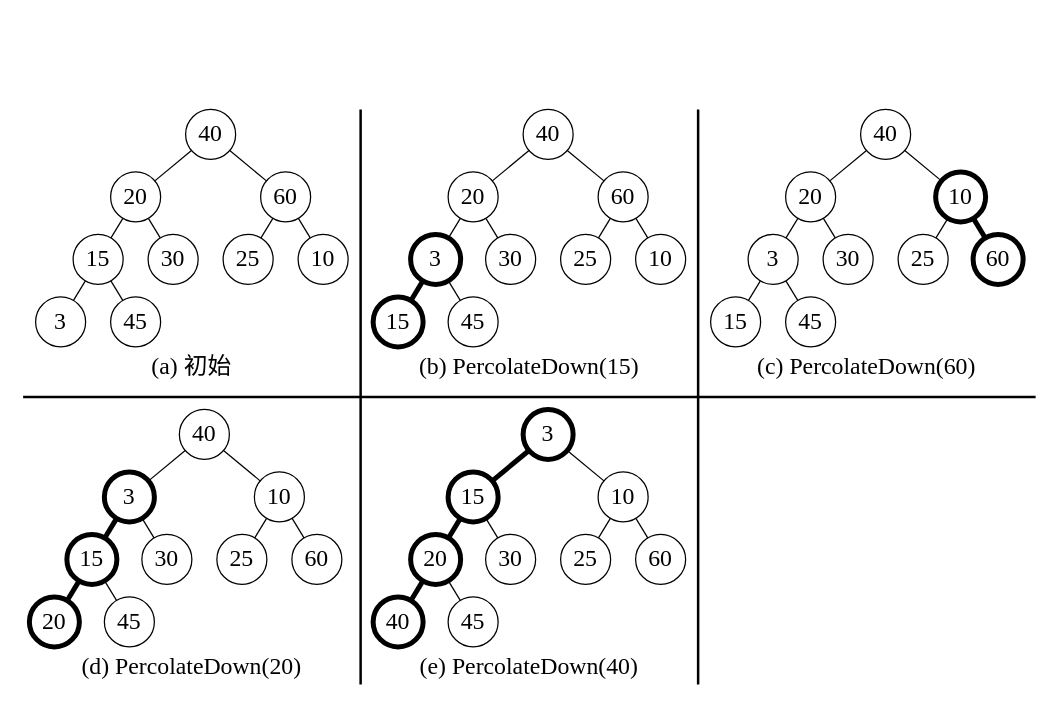
Wankupi/figures keeps this draw.io diagram as 4/4-10.drawio. Above is the earlier version. Source tidied: cells renumbered, new cells numbered last; positions are measured from the earlier drawing's top-left corner, leaving out a move shared by most shapes. Both pictures are drawn from the tidied source at 125%, with x=0, y=0 at pixel (22, 109).
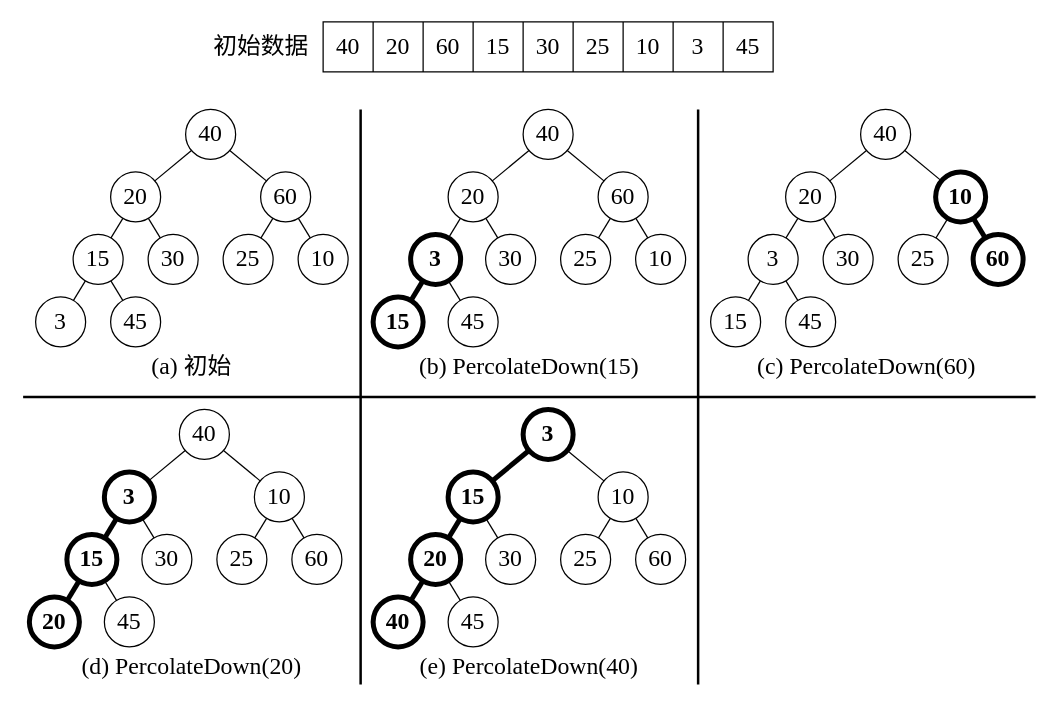
The same page after the edit.

The change refers to these unchanged cells:
```xml
<mxCell id="22" style="group;" parent="21" vertex="1">
  <mxGeometry x="10" width="250" height="190" as="geometry" />
</mxCell>
<mxCell id="41" style="group;" parent="40" vertex="1">
  <mxGeometry x="10" width="250" height="190" as="geometry" />
</mxCell>
<mxCell id="60" style="group;" parent="59" vertex="1">
  <mxGeometry x="5" width="250" height="190" as="geometry" />
</mxCell>
<mxCell id="79" style="group;" parent="78" vertex="1">
  <mxGeometry x="10" width="250" height="190" as="geometry" />
</mxCell>
```

Change to the diagram source:
```diff
@@
-    <mxCell id="28" value="3" style="ellipse;whiteSpace=wrap;html=1;fontFamily=Times New Roman;fontSize=19;strokeWidth=4;" parent="22" vertex="1">
+    <mxCell id="28" value="3" style="ellipse;whiteSpace=wrap;html=1;fontFamily=Times New Roman;fontSize=19;strokeWidth=4;fontStyle=1;" parent="22" vertex="1">
       <mxGeometry x="30" y="100" width="40" height="40" as="geometry" />
     </mxCell>
@@
-    <mxCell id="37" value="15" style="ellipse;whiteSpace=wrap;html=1;fontFamily=Times New Roman;fontSize=19;strokeWidth=4;" parent="22" vertex="1">
+    <mxCell id="37" value="15" style="ellipse;whiteSpace=wrap;html=1;fontFamily=Times New Roman;fontSize=19;strokeWidth=4;fontStyle=1;" parent="22" vertex="1">
       <mxGeometry y="150" width="40" height="40" as="geometry" />
     </mxCell>
@@
-    <mxCell id="45" value="10" style="ellipse;whiteSpace=wrap;html=1;fontFamily=Times New Roman;fontSize=19;strokeWidth=4;" parent="41" vertex="1">
+    <mxCell id="45" value="10" style="ellipse;whiteSpace=wrap;html=1;fontFamily=Times New Roman;fontSize=19;strokeWidth=4;fontStyle=1;" parent="41" vertex="1">
       <mxGeometry x="180" y="50" width="40" height="40" as="geometry" />
     </mxCell>
@@
-    <mxCell id="53" value="60" style="ellipse;whiteSpace=wrap;html=1;fontFamily=Times New Roman;fontSize=19;strokeWidth=4;" parent="41" vertex="1">
+    <mxCell id="53" value="60" style="ellipse;whiteSpace=wrap;html=1;fontFamily=Times New Roman;fontSize=19;strokeWidth=4;fontStyle=1;" parent="41" vertex="1">
       <mxGeometry x="210" y="100" width="40" height="40" as="geometry" />
     </mxCell>
@@
-    <mxCell id="62" value="3" style="ellipse;whiteSpace=wrap;html=1;fontFamily=Times New Roman;fontSize=19;strokeWidth=4;" parent="60" vertex="1">
+    <mxCell id="62" value="3" style="ellipse;whiteSpace=wrap;html=1;fontFamily=Times New Roman;fontSize=19;strokeWidth=4;fontStyle=1;" parent="60" vertex="1">
       <mxGeometry x="60" y="50" width="40" height="40" as="geometry" />
     </mxCell>
@@
-    <mxCell id="66" value="15" style="ellipse;whiteSpace=wrap;html=1;fontFamily=Times New Roman;fontSize=19;strokeWidth=4;" parent="60" vertex="1">
+    <mxCell id="66" value="15" style="ellipse;whiteSpace=wrap;html=1;fontFamily=Times New Roman;fontSize=19;strokeWidth=4;fontStyle=1;" parent="60" vertex="1">
       <mxGeometry x="30" y="100" width="40" height="40" as="geometry" />
     </mxCell>
@@
-    <mxCell id="75" value="20" style="ellipse;whiteSpace=wrap;html=1;fontFamily=Times New Roman;fontSize=19;strokeWidth=4;" parent="60" vertex="1">
+    <mxCell id="75" value="20" style="ellipse;whiteSpace=wrap;html=1;fontFamily=Times New Roman;fontSize=19;strokeWidth=4;fontStyle=1;" parent="60" vertex="1">
       <mxGeometry y="150" width="40" height="40" as="geometry" />
     </mxCell>
@@
-    <mxCell id="80" value="3" style="ellipse;whiteSpace=wrap;html=1;fontFamily=Times New Roman;fontSize=19;strokeWidth=4;" parent="79" vertex="1">
+    <mxCell id="80" value="3" style="ellipse;whiteSpace=wrap;html=1;fontFamily=Times New Roman;fontSize=19;strokeWidth=4;fontStyle=1;" parent="79" vertex="1">
       <mxGeometry x="120" width="40" height="40" as="geometry" />
     </mxCell>
-    <mxCell id="81" value="15" style="ellipse;whiteSpace=wrap;html=1;fontFamily=Times New Roman;fontSize=19;strokeWidth=4;" parent="79" vertex="1">
+    <mxCell id="81" value="15" style="ellipse;whiteSpace=wrap;html=1;fontFamily=Times New Roman;fontSize=19;strokeWidth=4;fontStyle=1;" parent="79" vertex="1">
       <mxGeometry x="60" y="50" width="40" height="40" as="geometry" />
     </mxCell>
@@
-    <mxCell id="85" value="20" style="ellipse;whiteSpace=wrap;html=1;fontFamily=Times New Roman;fontSize=19;strokeWidth=4;" parent="79" vertex="1">
+    <mxCell id="85" value="20" style="ellipse;whiteSpace=wrap;html=1;fontFamily=Times New Roman;fontSize=19;strokeWidth=4;fontStyle=1;" parent="79" vertex="1">
       <mxGeometry x="30" y="100" width="40" height="40" as="geometry" />
     </mxCell>
@@
-    <mxCell id="94" value="40" style="ellipse;whiteSpace=wrap;html=1;fontFamily=Times New Roman;fontSize=19;strokeWidth=4;" parent="79" vertex="1">
+    <mxCell id="94" value="40" style="ellipse;whiteSpace=wrap;html=1;fontFamily=Times New Roman;fontSize=19;strokeWidth=4;fontStyle=1;" parent="79" vertex="1">
       <mxGeometry y="150" width="40" height="40" as="geometry" />
     </mxCell>
@@
+    <mxCell id="100" style="shape=table;startSize=0;childLayout=tableLayout;fontFamily=Times New Roman;fontSize=19;" parent="1" vertex="1">
+      <mxGeometry x="240" y="-70" width="360" height="40" as="geometry" />
+    </mxCell>
+    <mxCell id="101" style="shape=tableRow;horizontal=0;startSize=0;swimlaneHead=0;swimlaneBody=0;top=0;left=0;bottom=0;right=0;fillColor=none;" parent="100" vertex="1">
+      <mxGeometry width="360" height="40" as="geometry" />
+    </mxCell>
+    <mxCell id="102" value="40" style="shape=partialRectangle;html=1;whiteSpace=wrap;overflow=hidden;fillColor=none;top=0;left=0;bottom=0;right=0;strokeColor=default;fontFamily=Times New Roman;fontSize=19;" parent="101" vertex="1">
+      <mxGeometry width="40" height="40" as="geometry" />
+    </mxCell>
+    <mxCell id="103" value="20" style="shape=partialRectangle;html=1;whiteSpace=wrap;overflow=hidden;fillColor=none;top=0;left=0;bottom=0;right=0;fontFamily=Times New Roman;fontSize=19;" parent="101" vertex="1">
+      <mxGeometry x="40" width="40" height="40" as="geometry" />
+    </mxCell>
+    <mxCell id="104" value="60" style="shape=partialRectangle;html=1;whiteSpace=wrap;overflow=hidden;fillColor=none;top=0;left=0;bottom=0;right=0;fontFamily=Times New Roman;fontSize=19;" parent="101" vertex="1">
+      <mxGeometry x="80" width="40" height="40" as="geometry" />
+    </mxCell>
+    <mxCell id="105" value="15" style="shape=partialRectangle;html=1;whiteSpace=wrap;overflow=hidden;fillColor=none;top=0;left=0;bottom=0;right=0;fontFamily=Times New Roman;fontSize=19;" parent="101" vertex="1">
+      <mxGeometry x="120" width="40" height="40" as="geometry" />
+    </mxCell>
+    <mxCell id="106" value="30" style="shape=partialRectangle;html=1;whiteSpace=wrap;overflow=hidden;fillColor=none;top=0;left=0;bottom=0;right=0;fontFamily=Times New Roman;fontSize=19;" parent="101" vertex="1">
+      <mxGeometry x="160" width="40" height="40" as="geometry" />
+    </mxCell>
+    <mxCell id="107" value="25" style="shape=partialRectangle;html=1;whiteSpace=wrap;overflow=hidden;fillColor=none;top=0;left=0;bottom=0;right=0;fontFamily=Times New Roman;fontSize=19;" parent="101" vertex="1">
+      <mxGeometry x="200" width="40" height="40" as="geometry" />
+    </mxCell>
+    <mxCell id="108" value="10" style="shape=partialRectangle;html=1;whiteSpace=wrap;overflow=hidden;fillColor=none;top=0;left=0;bottom=0;right=0;fontFamily=Times New Roman;fontSize=19;" parent="101" vertex="1">
+      <mxGeometry x="240" width="40" height="40" as="geometry" />
+    </mxCell>
+    <mxCell id="109" value="3" style="shape=partialRectangle;html=1;whiteSpace=wrap;overflow=hidden;fillColor=none;top=0;left=0;bottom=0;right=0;fontFamily=Times New Roman;fontSize=19;" parent="101" vertex="1">
+      <mxGeometry x="280" width="40" height="40" as="geometry" />
+    </mxCell>
+    <mxCell id="110" value="45" style="shape=partialRectangle;html=1;whiteSpace=wrap;overflow=hidden;fillColor=none;top=0;left=0;bottom=0;right=0;fontFamily=Times New Roman;fontSize=19;" parent="101" vertex="1">
+      <mxGeometry x="320" width="40" height="40" as="geometry" />
+    </mxCell>
+    <mxCell id="111" value="初始数据" style="text;html=1;align=center;verticalAlign=middle;strokeColor=none;fillColor=none;fontSize=19;fontFamily=SimSun;" parent="1" vertex="1">
+      <mxGeometry x="140" y="-70" width="100" height="40" as="geometry" />
+    </mxCell>
```
